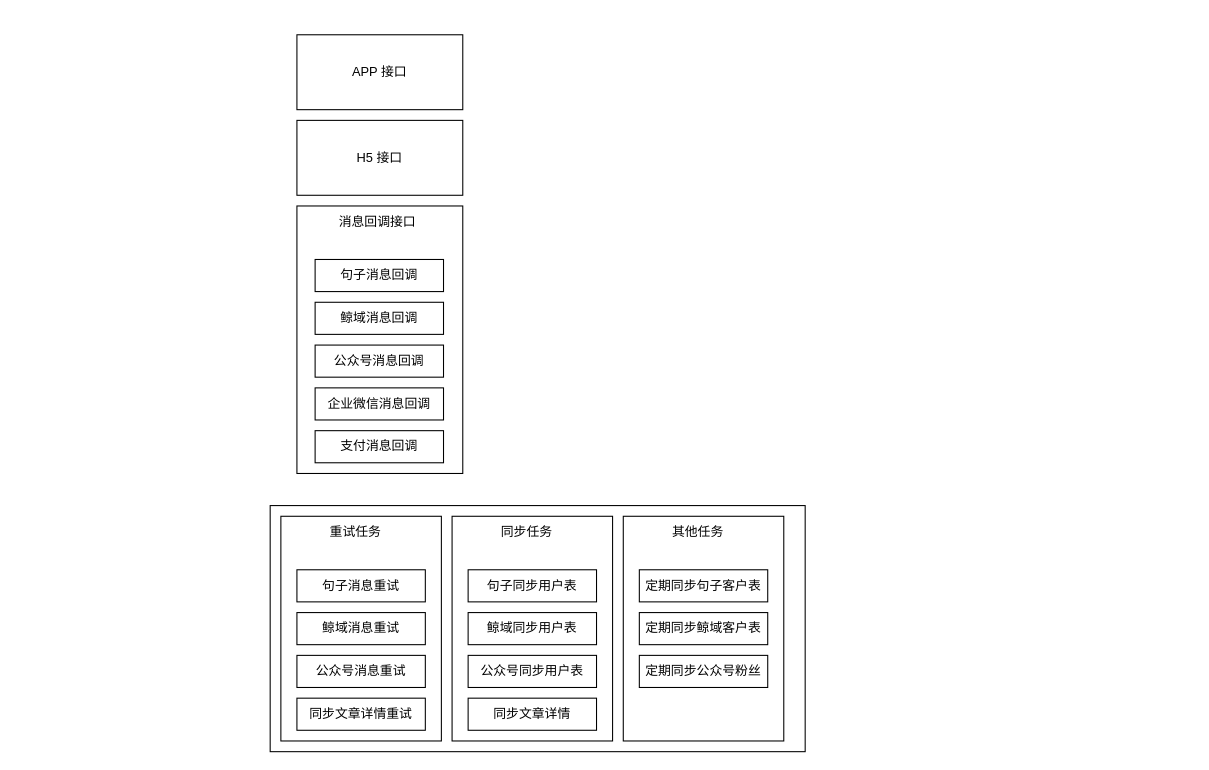
This is 未命名绘图.drawio from axtrur/resource, a draw.io file, before an edit. Source tidied: cells renumbered, new cells numbered last; positions are measured from the earlier drawing's top-left corner, leaving out a move shared by most shapes. Both pictures are drawn from the tidied source at 107%, with x=0, y=0 at pixel (270, 34).
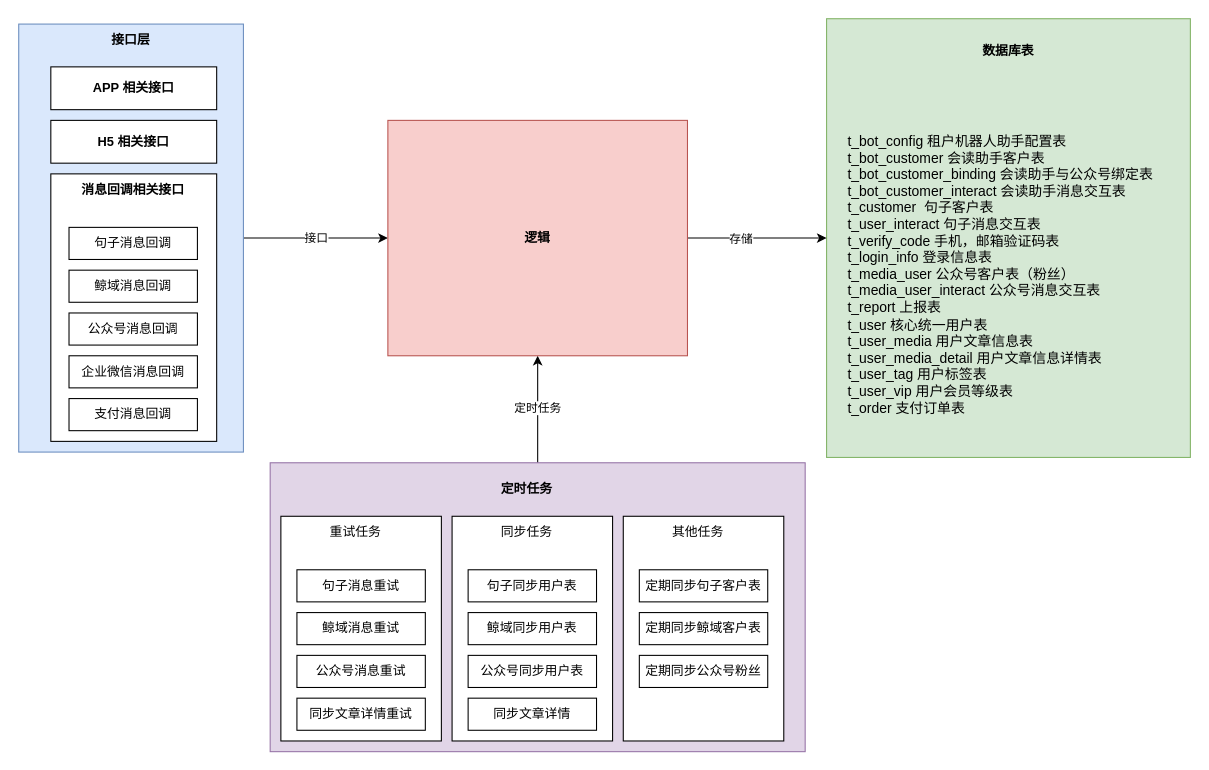
After the change.

Commit message (it also covers changes not shown here):
更新未命名绘图.drawio

The edit, as a diff of the source:
```diff
@@
+    <mxCell id="29" value="接口" style="edgeStyle=orthogonalEdgeStyle;rounded=0;jettySize=auto;html=1;exitX=1;exitY=0.5;exitDx=0;exitDy=0;" parent="1" edge="1" source="30" target="36">
+      <mxGeometry relative="1" as="geometry" />
+    </mxCell>
+    <mxCell id="30" style="rounded=0;whiteSpace=wrap;html=1;fillColor=#dae8fc;strokeColor=#6c8ebf;" parent="1" vertex="1">
+      <mxGeometry x="-235" y="-10" width="210" height="400" as="geometry" />
+    </mxCell>
+    <mxCell id="31" style="rounded=0;whiteSpace=wrap;html=1;fillColor=#d5e8d4;strokeColor=#82b366;" parent="1" vertex="1">
+      <mxGeometry x="520" y="-15" width="340" height="410" as="geometry" />
+    </mxCell>
+    <mxCell id="32" style="edgeStyle=orthogonalEdgeStyle;rounded=0;jettySize=auto;html=1;exitX=0.5;exitY=0;exitDx=0;exitDy=0;entryX=0.5;entryY=1;entryDx=0;entryDy=0;" parent="1" edge="1" source="2" target="36">
+      <mxGeometry relative="1" as="geometry" />
+    </mxCell>
+    <mxCell id="33" value="定时任务" style="edgeLabel;html=1;align=center;verticalAlign=middle;" parent="32" vertex="1">
+      <mxGeometry x="0.04" y="1" relative="1" as="geometry" />
+    </mxCell>
-    <mxCell id="2" style="rounded=0;whiteSpace=wrap;html=1;" parent="1" vertex="1">
-      <mxGeometry y="440" width="500" height="230" as="geometry" />
+    <mxCell id="2" style="rounded=0;whiteSpace=wrap;html=1;fillColor=#e1d5e7;strokeColor=#9673a6;" parent="1" vertex="1">
+      <mxGeometry y="400" width="500" height="270" as="geometry" />
     </mxCell>
@@
-    <mxCell id="4" value="H5 接口" style="rounded=0;whiteSpace=wrap;html=1;" parent="1" vertex="1">
-      <mxGeometry x="25" y="80" width="155" height="70" as="geometry" />
+    <mxCell id="4" value="&lt;b&gt;H5 相关接口&lt;/b&gt;" style="rounded=0;whiteSpace=wrap;html=1;" parent="1" vertex="1">
+      <mxGeometry x="-205" y="80" width="155" height="40" as="geometry" />
     </mxCell>
@@
     <mxCell id="21" style="rounded=0;whiteSpace=wrap;html=1;" parent="1" vertex="1">
-      <mxGeometry x="25" y="160" width="155" height="250" as="geometry" />
+      <mxGeometry x="-205" y="130" width="155" height="250" as="geometry" />
     </mxCell>
     <mxCell id="22" value="句子消息回调" style="rounded=0;whiteSpace=wrap;html=1;" parent="1" vertex="1">
-      <mxGeometry x="42" y="210" width="120" height="30" as="geometry" />
+      <mxGeometry x="-188" y="180" width="120" height="30" as="geometry" />
     </mxCell>
     <mxCell id="23" value="鲸域消息回调" style="rounded=0;whiteSpace=wrap;html=1;" parent="1" vertex="1">
-      <mxGeometry x="42" y="250" width="120" height="30" as="geometry" />
+      <mxGeometry x="-188" y="220" width="120" height="30" as="geometry" />
     </mxCell>
     <mxCell id="24" value="公众号消息回调" style="rounded=0;whiteSpace=wrap;html=1;" parent="1" vertex="1">
-      <mxGeometry x="42" y="290" width="120" height="30" as="geometry" />
+      <mxGeometry x="-188" y="260" width="120" height="30" as="geometry" />
     </mxCell>
-    <mxCell id="25" value="消息回调接口" style="text;html=1;strokeColor=none;fillColor=none;align=center;verticalAlign=middle;whiteSpace=wrap;rounded=0;" parent="1" vertex="1">
-      <mxGeometry x="57.5" y="160" width="85" height="30" as="geometry" />
+    <mxCell id="25" value="消息回调相关接口" style="text;html=1;strokeColor=none;fillColor=none;align=center;verticalAlign=middle;whiteSpace=wrap;rounded=0;fontStyle=1;" parent="1" vertex="1">
+      <mxGeometry x="-181.8" y="130" width="107.5" height="30" as="geometry" />
     </mxCell>
     <mxCell id="26" value="企业微信消息回调" style="rounded=0;whiteSpace=wrap;html=1;" parent="1" vertex="1">
-      <mxGeometry x="42" y="330" width="120" height="30" as="geometry" />
+      <mxGeometry x="-188" y="300" width="120" height="30" as="geometry" />
     </mxCell>
     <mxCell id="27" value="支付消息回调" style="rounded=0;whiteSpace=wrap;html=1;" parent="1" vertex="1">
-      <mxGeometry x="42" y="370" width="120" height="30" as="geometry" />
+      <mxGeometry x="-188" y="340" width="120" height="30" as="geometry" />
     </mxCell>
-    <mxCell id="28" value="APP 接口" style="rounded=0;whiteSpace=wrap;html=1;" parent="1" vertex="1">
-      <mxGeometry x="25" width="155" height="70" as="geometry" />
+    <mxCell id="28" value="&lt;b&gt;APP 相关接口&lt;/b&gt;" style="rounded=0;whiteSpace=wrap;html=1;" parent="1" vertex="1">
+      <mxGeometry x="-205" y="30" width="155" height="40" as="geometry" />
     </mxCell>
+    <mxCell id="34" style="edgeStyle=orthogonalEdgeStyle;rounded=0;jettySize=auto;html=1;exitX=1;exitY=0.5;exitDx=0;exitDy=0;entryX=0;entryY=0.5;entryDx=0;entryDy=0;" parent="1" edge="1" source="36" target="31">
+      <mxGeometry relative="1" as="geometry" />
+    </mxCell>
+    <mxCell id="35" value="存储" style="edgeLabel;html=1;align=center;verticalAlign=middle;" parent="34" vertex="1">
+      <mxGeometry x="-0.25" relative="1" as="geometry" />
+    </mxCell>
+    <mxCell id="36" style="rounded=0;whiteSpace=wrap;html=1;fillColor=#f8cecc;strokeColor=#b85450;" parent="1" vertex="1">
+      <mxGeometry x="110" y="80" width="280" height="220" as="geometry" />
+    </mxCell>
+    <mxCell id="37" value="&lt;div style=&quot;font-size: 13px;&quot;&gt;t_bot_config 租户机器人助手配置表&lt;/div&gt;&lt;div style=&quot;font-size: 13px;&quot;&gt;t_bot_customer 会读助手客户表&lt;/div&gt;&lt;div style=&quot;font-size: 13px;&quot;&gt;t_bot_customer_binding 会读助手与公众号绑定表&lt;/div&gt;&lt;div style=&quot;font-size: 13px;&quot;&gt;t_bot_customer_interact 会读助手消息交互表&lt;/div&gt;&lt;div style=&quot;font-size: 13px;&quot;&gt;t_customer&amp;nbsp; 句子客户表&lt;/div&gt;&lt;div style=&quot;font-size: 13px;&quot;&gt;t_user_interact 句子消息交互表&lt;/div&gt;&lt;div style=&quot;font-size: 13px;&quot;&gt;t_verify_code 手机，邮箱验证码表&lt;/div&gt;&lt;div style=&quot;font-size: 13px;&quot;&gt;t_login_info 登录信息表&lt;/div&gt;&lt;div style=&quot;font-size: 13px;&quot;&gt;t_media_user 公众号客户表（粉丝）&lt;/div&gt;&lt;div style=&quot;font-size: 13px;&quot;&gt;t_media_user_interact 公众号消息交互表&lt;/div&gt;&lt;div style=&quot;font-size: 13px;&quot;&gt;t_report 上报表&lt;/div&gt;&lt;div style=&quot;font-size: 13px;&quot;&gt;t_user 核心统一用户表&lt;/div&gt;&lt;div style=&quot;font-size: 13px;&quot;&gt;t_user_media 用户文章信息表&lt;/div&gt;&lt;div style=&quot;font-size: 13px;&quot;&gt;t_user_media_detail 用户文章信息详情表&lt;/div&gt;&lt;div style=&quot;font-size: 13px;&quot;&gt;t_user_tag 用户标签表&lt;/div&gt;&lt;div style=&quot;font-size: 13px;&quot;&gt;t_user_vip 用户会员等级表&lt;/div&gt;&lt;div style=&quot;font-size: 13px;&quot;&gt;t_order 支付订单表&lt;/div&gt;" style="text;html=1;align=left;verticalAlign=top;strokeColor=none;fillColor=none;fontSize=13;spacingTop=5;spacingBottom=6;spacingLeft=3;" parent="1" vertex="1">
+      <mxGeometry x="535" y="80" width="310" height="290" as="geometry" />
+    </mxCell>
+    <mxCell id="38" value="&lt;b&gt;定时任务&lt;/b&gt;" style="text;html=1;strokeColor=none;fillColor=none;align=center;verticalAlign=middle;whiteSpace=wrap;rounded=0;" parent="1" vertex="1">
+      <mxGeometry x="210" y="410" width="60" height="30" as="geometry" />
+    </mxCell>
+    <mxCell id="39" value="&lt;b&gt;逻辑&lt;/b&gt;" style="text;html=1;strokeColor=none;fillColor=none;align=center;verticalAlign=middle;whiteSpace=wrap;rounded=0;" parent="1" vertex="1">
+      <mxGeometry x="220" y="175" width="60" height="30" as="geometry" />
+    </mxCell>
+    <mxCell id="40" value="&lt;b&gt;数据库表&lt;/b&gt;" style="text;html=1;strokeColor=none;fillColor=none;align=center;verticalAlign=middle;whiteSpace=wrap;rounded=0;" parent="1" vertex="1">
+      <mxGeometry x="660" width="60" height="30" as="geometry" />
+    </mxCell>
+    <mxCell id="41" value="&lt;b&gt;接口层&lt;/b&gt;" style="text;html=1;strokeColor=none;fillColor=none;align=center;verticalAlign=middle;whiteSpace=wrap;rounded=0;" parent="1" vertex="1">
+      <mxGeometry x="-160" y="-10" width="60" height="30" as="geometry" />
+    </mxCell>
```
